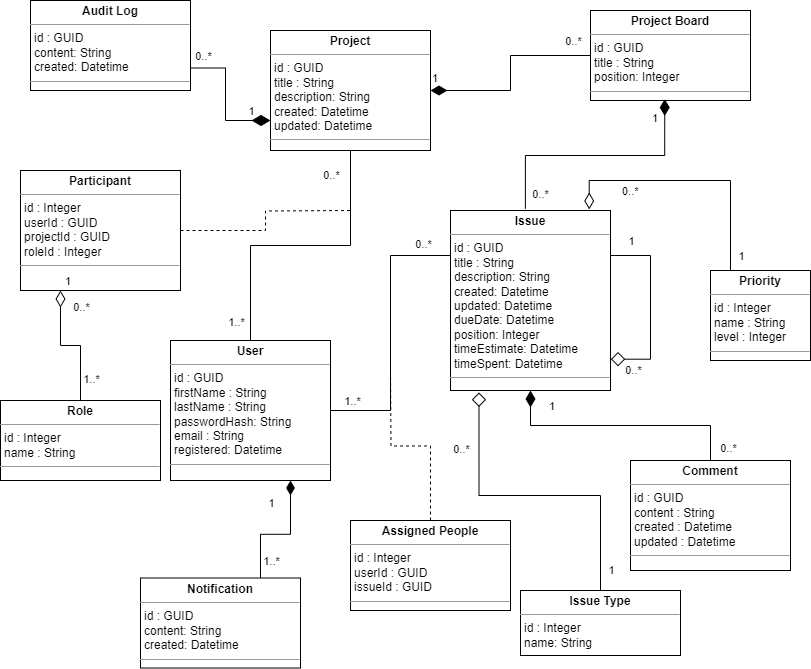
Earlier version of the draw.io export diagramok/Domain model.drawio.png (DorkArn02/Project-management-system). Source tidied: cells renumbered, new cells last; positions are measured from the earlier drawing's top-left corner, leaving out a move shared by most shapes.
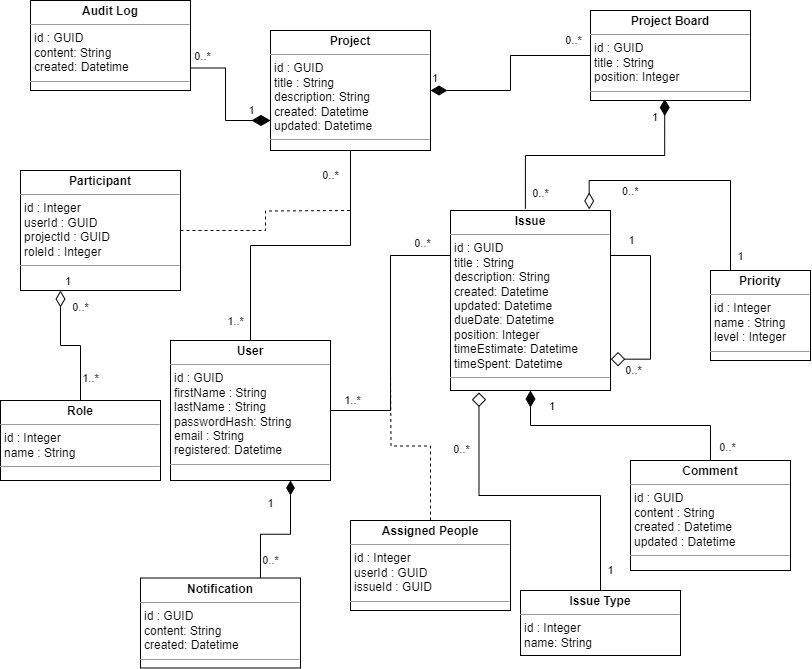
The same file after the commit.

What changed in the source:
```diff
@@ -176,7 +176,7 @@
         <mxPoint x="-20" as="offset" />
       </mxGeometry>
     </mxCell>
-    <mxCell id="44" value="1..*" style="edgeLabel;html=1;align=center;verticalAlign=middle;" parent="42" vertex="1">
+    <mxCell id="44" value="0..*" style="edgeLabel;html=1;align=center;verticalAlign=middle;" parent="42" vertex="1">
       <mxGeometry x="-0.84" y="-1" relative="1" as="geometry">
         <mxPoint x="9" y="-7" as="offset" />
       </mxGeometry>
```
